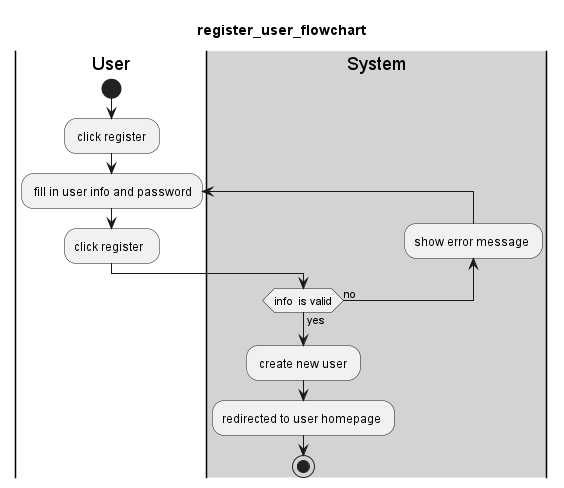
Before: out/Diagram/flowchart/account/register_user_flowchart/register_user_flowchart.png, a diagram exported from PlantUML (KTPx4/Social_Media).
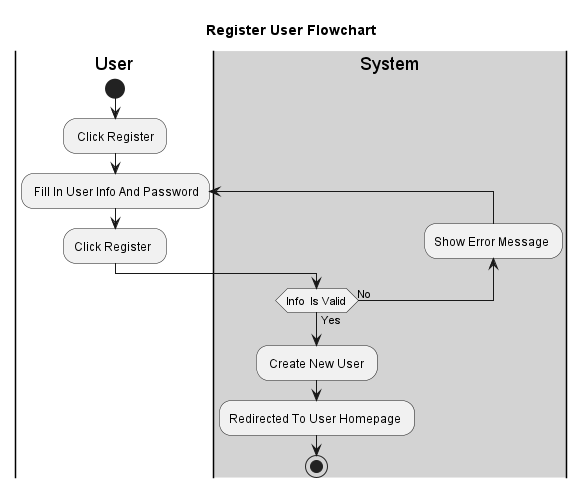
Above is the later version.

What changed in the source:
```diff
@@ -1,14 +1,14 @@
 @startuml
-title register_user_flowchart
+title Register User Flowchart
 |User|
 start
-: click register ;
-repeat: fill in user info and password;
-:click register  ;
+: Click Register ;
+repeat: Fill In User Info And Password;
+:Click Register  ;
 |#lightgray|System|
-backward:show error message ;
-repeat while(info  is valid) is (no) not (yes)
-: create new user ;
-:redirected to user homepage ;
+backward:Show Error Message ;
+repeat while(Info  Is Valid) is (No) not (Yes)
+: Create New User ;
+:Redirected To User Homepage ;
 stop
 @enduml
```
